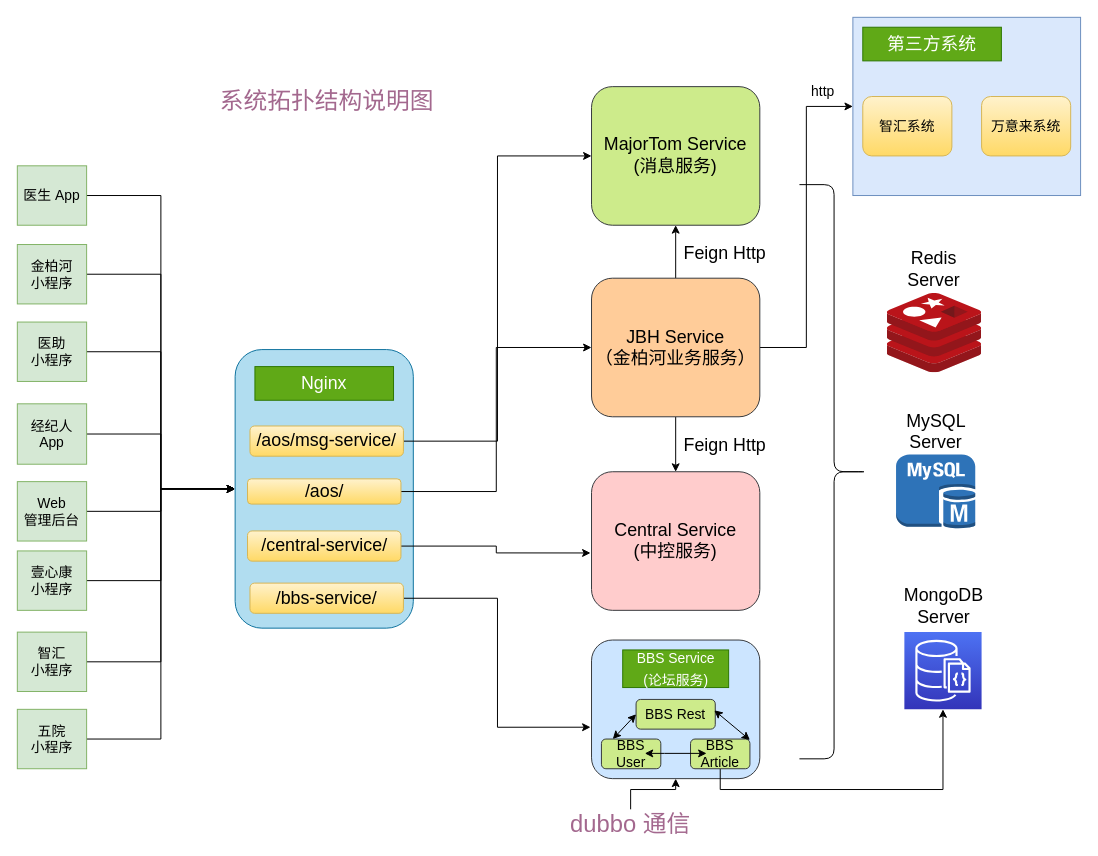
The draw.io diagram jbh/系统拓扑.drawio in GitHeP/diagrams, before the edit. Source tidied: cells renumbered, new cells numbered last; positions are measured from the earlier drawing's top-left corner, leaving out a move shared by most shapes. Both pictures are drawn from the tidied source at 99%, with x=0, y=0 at pixel (17, 17).
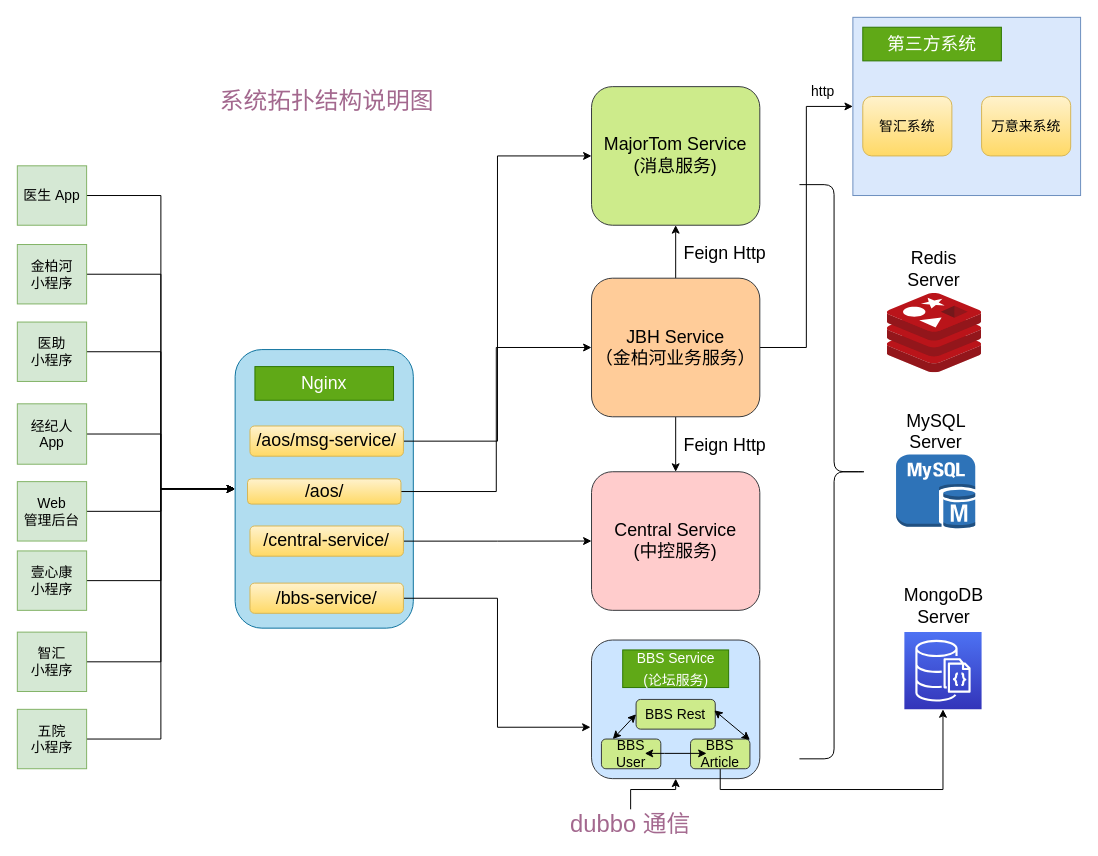
Above is the later version.

Commit message (it also covers changes not shown here):
更新系统拓扑.drawio

The change refers to these unchanged cells:
```xml
<mxCell id="10" value="&lt;font style=&quot;&quot;&gt;&lt;span style=&quot;font-size: 18px;&quot;&gt;Central Service&lt;br&gt;&lt;/span&gt;&lt;font style=&quot;font-size: 18px;&quot;&gt;(中控服务)&lt;/font&gt;&lt;br&gt;&lt;/font&gt;" style="rounded=1;whiteSpace=wrap;html=1;fillColor=#ffcccc;strokeColor=#36393d;" parent="1" vertex="1">
  <mxGeometry x="580" y="459" width="170" height="140" as="geometry" />
</mxCell>
```

Change to the diagram source:
```diff
@@
-    <mxCell id="22" style="edgeStyle=orthogonalEdgeStyle;rounded=0;jettySize=auto;html=1;entryX=-0.006;entryY=0.586;entryDx=0;entryDy=0;entryPerimeter=0;fontSize=14;" parent="1" edge="1" source="23" target="10">
+    <mxCell id="22" style="edgeStyle=orthogonalEdgeStyle;rounded=0;jettySize=auto;html=1;fontSize=24;fontColor=#A3688E;" parent="1" edge="1" source="23" target="10">
       <mxGeometry relative="1" as="geometry" />
     </mxCell>
     <mxCell id="23" value="/central-service/" style="rounded=1;whiteSpace=wrap;html=1;fontSize=18;fillColor=#fff2cc;gradientColor=#ffd966;strokeColor=#d6b656;" parent="1" vertex="1">
-      <mxGeometry x="232.5" y="518.8" width="155" height="30.5" as="geometry" />
+      <mxGeometry x="235" y="513.8" width="155" height="30.5" as="geometry" />
     </mxCell>
```
